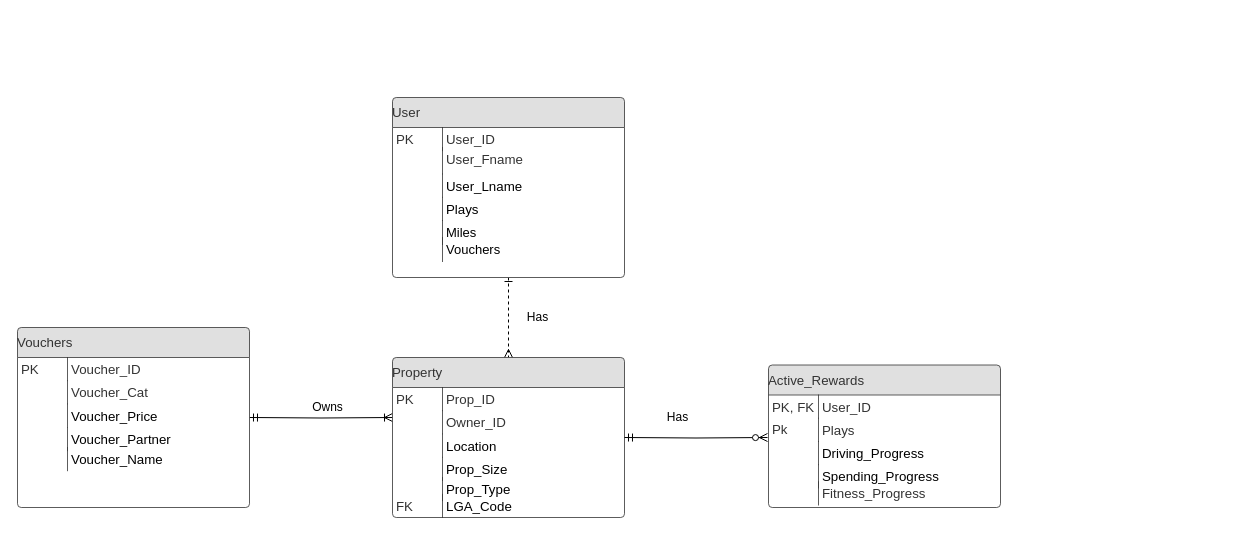
Earlier version of the draw.io diagram CMPG323proj1.drawio (TimonAugustyn/AccountSystem28585984). Source tidied: cells renumbered, new cells numbered last; positions are measured from the earlier drawing's top-left corner, leaving out a move shared by most shapes. Both pictures are drawn from the tidied source at 100%, with x=0, y=0 at pixel (17, 97).
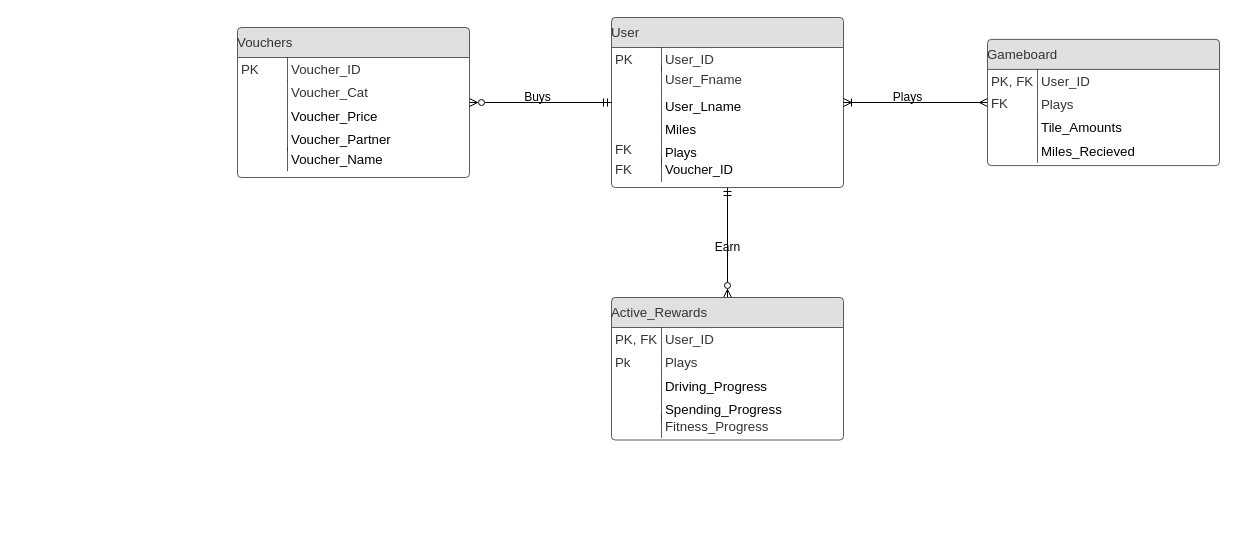
The same page after the edit.

Commit message:
Updated ERD but still just a basis

Removed old table from previous project and added table for gameboard

Change to the diagram source:
```diff
@@
-    <mxCell id="2" style="edgeStyle=orthogonalEdgeStyle;rounded=0;jettySize=auto;html=1;exitX=0.5;exitY=1;exitDx=0;exitDy=0;entryX=0.5;entryY=0;entryDx=0;entryDy=0;startArrow=ERone;startFill=0;endArrow=ERmany;endFill=0;dashed=1;" parent="1" edge="1" source="3" target="16">
-      <mxGeometry relative="1" as="geometry" />
-    </mxCell>
+    <mxCell id="46" style="edgeStyle=orthogonalEdgeStyle;rounded=0;jettySize=auto;html=1;entryX=0.5;entryY=0;entryDx=0;entryDy=0;startArrow=ERmandOne;startFill=0;endArrow=ERzeroToMany;endFill=0;" parent="1" edge="1" source="3" target="35">
+      <mxGeometry relative="1" as="geometry" />
+    </mxCell>
     <mxCell id="3" value="User" style="html=1;overflow=block;blockSpacing=1;whiteSpace=wrap;swimlane;fontStyle=0;swimlaneFillColor=#ffffff;startSize=30;whiteSpace=wrap;fontSize=13.3;fontColor=#333333;align=left;fillColor=#e0e0e0;whiteSpace=wrap;spacing=0;strokeColor=#333333;strokeOpacity=100;fillOpacity=100;rounded=1;absoluteArcSize=1;arcSize=7.5;strokeWidth=0.8;" parent="1" vertex="1">
-      <mxGeometry x="375" width="232" height="180" as="geometry" />
+      <mxGeometry x="594" y="-80" width="232" height="170" as="geometry" />
     </mxCell>
@@
-    <mxCell id="6" style="strokeColor=none;align=left;verticalAlign=top;spacingLeft=4;spacingRight=4;overflow=hidden;whiteSpace=wrap;swimlaneFillColor=#ffffff;whiteSpace=wrap;fontSize=13;fillColor=none;strokeOpacity=100;fillOpacity=100;whiteSpace=wrap;spacing=0;rounded=1;absoluteArcSize=1;arcSize=7.5;strokeWidth=0.8;" parent="3" vertex="1">
-      <mxGeometry y="53.2" width="54.2" height="23.2" as="geometry" />
-    </mxCell>
@@
-    <mxCell id="8" style="strokeColor=none;align=left;verticalAlign=top;spacingLeft=4;spacingRight=4;overflow=hidden;whiteSpace=wrap;swimlaneFillColor=#ffffff;whiteSpace=wrap;fontSize=13;fillColor=none;strokeOpacity=100;fillOpacity=100;whiteSpace=wrap;spacing=0;rounded=1;absoluteArcSize=1;arcSize=7.5;strokeWidth=0.8;" parent="3" vertex="1">
-      <mxGeometry y="76.5" width="54.2" height="23.2" as="geometry" />
-    </mxCell>
@@
-    <mxCell id="10" style="strokeColor=none;align=left;verticalAlign=top;spacingLeft=4;spacingRight=4;overflow=hidden;whiteSpace=wrap;swimlaneFillColor=#ffffff;whiteSpace=wrap;fontSize=13;fillColor=none;strokeOpacity=100;fillOpacity=100;whiteSpace=wrap;spacing=0;rounded=1;absoluteArcSize=1;arcSize=7.5;strokeWidth=0.8;" parent="3" vertex="1">
-      <mxGeometry y="99.8" width="54.2" height="23.2" as="geometry" />
-    </mxCell>
-    <mxCell id="11" value="Plays" style="shape=partialRectangle;top=0;right=0;bottom=0;align=left;verticalAlign=top;spacingLeft=4;spacingRight=4;overflow=hidden;whiteSpace=wrap;swimlaneFillColor=#ffffff;whiteSpace=wrap;fontSize=13.3;fillColor=none;strokeOpacity=100;fillOpacity=100;whiteSpace=wrap;spacing=0;strokeColor=#333333;rounded=1;absoluteArcSize=1;arcSize=7.5;strokeWidth=0.8;" parent="3" vertex="1">
+    <mxCell id="11" value="Miles" style="shape=partialRectangle;top=0;right=0;bottom=0;align=left;verticalAlign=top;spacingLeft=4;spacingRight=4;overflow=hidden;whiteSpace=wrap;swimlaneFillColor=#ffffff;whiteSpace=wrap;fontSize=13.3;fillColor=none;strokeOpacity=100;fillOpacity=100;whiteSpace=wrap;spacing=0;strokeColor=#333333;rounded=1;absoluteArcSize=1;arcSize=7.5;strokeWidth=0.8;" parent="3" vertex="1">
       <mxGeometry x="50" y="99.8" width="160" height="23.2" as="geometry" />
     </mxCell>
@@
-    <mxCell id="13" value="Miles" style="shape=partialRectangle;top=0;right=0;bottom=0;align=left;verticalAlign=top;spacingLeft=4;spacingRight=4;overflow=hidden;whiteSpace=wrap;swimlaneFillColor=#ffffff;whiteSpace=wrap;fontSize=13;fillColor=none;strokeOpacity=100;fillOpacity=100;whiteSpace=wrap;spacing=0;strokeColor=#333333;rounded=1;absoluteArcSize=1;arcSize=7.5;strokeWidth=0.8;" parent="3" vertex="1">
+    <mxCell id="13" value="Plays" style="shape=partialRectangle;top=0;right=0;bottom=0;align=left;verticalAlign=top;spacingLeft=4;spacingRight=4;overflow=hidden;whiteSpace=wrap;swimlaneFillColor=#ffffff;whiteSpace=wrap;fontSize=13;fillColor=none;strokeOpacity=100;fillOpacity=100;whiteSpace=wrap;spacing=0;strokeColor=#333333;rounded=1;absoluteArcSize=1;arcSize=7.5;strokeWidth=0.8;" parent="3" vertex="1">
       <mxGeometry x="50" y="123" width="160" height="24" as="geometry" />
     </mxCell>
-    <mxCell id="14" value="Vouchers" style="shape=partialRectangle;top=0;right=0;bottom=0;align=left;verticalAlign=top;spacingLeft=4;spacingRight=4;overflow=hidden;whiteSpace=wrap;swimlaneFillColor=#ffffff;whiteSpace=wrap;fontSize=13;fillColor=none;strokeOpacity=100;fillOpacity=100;whiteSpace=wrap;spacing=0;strokeColor=#333333;rounded=1;absoluteArcSize=1;arcSize=7.5;strokeWidth=0.8;" parent="3" vertex="1">
+    <mxCell id="14" value="Voucher_ID" style="shape=partialRectangle;top=0;right=0;bottom=0;align=left;verticalAlign=top;spacingLeft=4;spacingRight=4;overflow=hidden;whiteSpace=wrap;swimlaneFillColor=#ffffff;whiteSpace=wrap;fontSize=13;fillColor=none;strokeOpacity=100;fillOpacity=100;whiteSpace=wrap;spacing=0;strokeColor=#333333;rounded=1;absoluteArcSize=1;arcSize=7.5;strokeWidth=0.8;" parent="3" vertex="1">
       <mxGeometry x="50" y="140" width="160.8" height="24" as="geometry" />
     </mxCell>
-    <mxCell id="15" style="edgeStyle=orthogonalEdgeStyle;rounded=0;jettySize=auto;html=1;entryX=1;entryY=0.5;entryDx=0;entryDy=0;startArrow=ERoneToMany;startFill=0;endArrow=ERmandOne;endFill=0;" parent="1" edge="1" target="25">
-      <mxGeometry relative="1" as="geometry">
-        <mxPoint x="375" y="320" as="sourcePoint" />
-      </mxGeometry>
-    </mxCell>
-    <mxCell id="16" value="Property" style="html=1;overflow=block;blockSpacing=1;whiteSpace=wrap;swimlane;fontStyle=0;swimlaneFillColor=#ffffff;startSize=30;whiteSpace=wrap;fontSize=13.3;fontColor=#333333;align=left;fillColor=#e0e0e0;whiteSpace=wrap;spacing=0;strokeColor=#333333;strokeOpacity=100;fillOpacity=100;rounded=1;absoluteArcSize=1;arcSize=7.5;strokeWidth=0.8;" parent="1" vertex="1">
-      <mxGeometry x="375" y="260" width="232" height="160" as="geometry" />
-    </mxCell>
-    <mxCell id="17" value="PK" style="strokeColor=none;align=left;verticalAlign=top;spacingLeft=4;spacingRight=4;overflow=hidden;whiteSpace=wrap;swimlaneFillColor=#ffffff;whiteSpace=wrap;fontSize=13.3;fontColor=#333333;fillColor=none;strokeOpacity=100;fillOpacity=100;whiteSpace=wrap;spacing=0;rounded=1;absoluteArcSize=1;arcSize=7.5;strokeWidth=0.8;" parent="16" vertex="1">
-      <mxGeometry y="30" width="54.2" height="23.2" as="geometry" />
-    </mxCell>
-    <mxCell id="18" value="Prop_ID" style="shape=partialRectangle;top=0;right=0;bottom=0;align=left;verticalAlign=top;spacingLeft=4;spacingRight=4;overflow=hidden;whiteSpace=wrap;swimlaneFillColor=#ffffff;whiteSpace=wrap;fontSize=13.3;fontColor=#333333;fillColor=none;strokeOpacity=100;fillOpacity=100;whiteSpace=wrap;spacing=0;strokeColor=#333333;rounded=1;absoluteArcSize=1;arcSize=7.5;strokeWidth=0.8;" parent="16" vertex="1">
-      <mxGeometry x="50" y="30" width="160" height="23.2" as="geometry" />
-    </mxCell>
-    <mxCell id="19" value="Owner_ID" style="shape=partialRectangle;top=0;right=0;bottom=0;align=left;verticalAlign=top;spacingLeft=4;spacingRight=4;overflow=hidden;whiteSpace=wrap;swimlaneFillColor=#ffffff;whiteSpace=wrap;fontSize=13.3;fontColor=#333333;fillColor=none;strokeOpacity=100;fillOpacity=100;whiteSpace=wrap;spacing=0;strokeColor=#333333;rounded=1;absoluteArcSize=1;arcSize=7.5;strokeWidth=0.8;" parent="16" vertex="1">
-      <mxGeometry x="50" y="53.2" width="160" height="23.2" as="geometry" />
-    </mxCell>
-    <mxCell id="20" value="Location" style="shape=partialRectangle;top=0;right=0;bottom=0;align=left;verticalAlign=top;spacingLeft=4;spacingRight=4;overflow=hidden;whiteSpace=wrap;swimlaneFillColor=#ffffff;whiteSpace=wrap;fontSize=13.3;fillColor=none;strokeOpacity=100;fillOpacity=100;whiteSpace=wrap;spacing=0;strokeColor=#333333;rounded=1;absoluteArcSize=1;arcSize=7.5;strokeWidth=0.8;" parent="16" vertex="1">
-      <mxGeometry x="50" y="76.5" width="160" height="23.2" as="geometry" />
-    </mxCell>
-    <mxCell id="21" value="Prop_Size" style="shape=partialRectangle;top=0;right=0;bottom=0;align=left;verticalAlign=top;spacingLeft=4;spacingRight=4;overflow=hidden;whiteSpace=wrap;swimlaneFillColor=#ffffff;whiteSpace=wrap;fontSize=13.3;fillColor=none;strokeOpacity=100;fillOpacity=100;whiteSpace=wrap;spacing=0;strokeColor=#333333;rounded=1;absoluteArcSize=1;arcSize=7.5;strokeWidth=0.8;" parent="16" vertex="1">
-      <mxGeometry x="50" y="99.8" width="160" height="23.2" as="geometry" />
-    </mxCell>
-    <mxCell id="22" value="Prop_Type" style="shape=partialRectangle;top=0;right=0;bottom=0;align=left;verticalAlign=top;spacingLeft=4;spacingRight=4;overflow=hidden;whiteSpace=wrap;swimlaneFillColor=#ffffff;whiteSpace=wrap;fontSize=13.3;fillColor=none;strokeOpacity=100;fillOpacity=100;whiteSpace=wrap;spacing=0;strokeColor=#333333;rounded=1;absoluteArcSize=1;arcSize=7.5;strokeWidth=0.8;" parent="16" vertex="1">
-      <mxGeometry x="50" y="120" width="160.8" height="23.2" as="geometry" />
-    </mxCell>
-    <mxCell id="23" value="LGA_Code" style="shape=partialRectangle;top=0;right=0;bottom=0;align=left;verticalAlign=top;spacingLeft=4;spacingRight=4;overflow=hidden;whiteSpace=wrap;swimlaneFillColor=#ffffff;whiteSpace=wrap;fontSize=13.3;fillColor=none;strokeOpacity=100;fillOpacity=100;whiteSpace=wrap;spacing=0;strokeColor=#333333;rounded=1;absoluteArcSize=1;arcSize=7.5;strokeWidth=0.8;" parent="16" vertex="1">
-      <mxGeometry x="50" y="136.8" width="165.8" height="23.2" as="geometry" />
-    </mxCell>
-    <mxCell id="24" value="FK" style="strokeColor=none;align=left;verticalAlign=top;spacingLeft=4;spacingRight=4;overflow=hidden;whiteSpace=wrap;swimlaneFillColor=#ffffff;whiteSpace=wrap;fontSize=13.3;fontColor=#333333;fillColor=none;strokeOpacity=100;fillOpacity=100;whiteSpace=wrap;spacing=0;rounded=1;absoluteArcSize=1;arcSize=7.5;strokeWidth=0.8;" parent="16" vertex="1">
-      <mxGeometry y="136.8" width="54.2" height="23.2" as="geometry" />
-    </mxCell>
+    <mxCell id="47" value="FK" style="strokeColor=none;align=left;verticalAlign=top;spacingLeft=4;spacingRight=4;overflow=hidden;whiteSpace=wrap;swimlaneFillColor=#ffffff;whiteSpace=wrap;fontSize=13.3;fontColor=#333333;fillColor=none;strokeOpacity=100;fillOpacity=100;whiteSpace=wrap;spacing=0;rounded=1;absoluteArcSize=1;arcSize=7.5;strokeWidth=0.8;" parent="3" vertex="1">
+      <mxGeometry y="120" width="54.2" height="23.2" as="geometry" />
+    </mxCell>
+    <mxCell id="48" value="FK" style="strokeColor=none;align=left;verticalAlign=top;spacingLeft=4;spacingRight=4;overflow=hidden;whiteSpace=wrap;swimlaneFillColor=#ffffff;whiteSpace=wrap;fontSize=13.3;fontColor=#333333;fillColor=none;strokeOpacity=100;fillOpacity=100;whiteSpace=wrap;spacing=0;rounded=1;absoluteArcSize=1;arcSize=7.5;strokeWidth=0.8;" parent="3" vertex="1">
+      <mxGeometry y="140" width="54.2" height="23.2" as="geometry" />
+    </mxCell>
     <mxCell id="25" value="Vouchers" style="html=1;overflow=block;blockSpacing=1;whiteSpace=wrap;swimlane;fontStyle=0;swimlaneFillColor=#ffffff;startSize=30;whiteSpace=wrap;fontSize=13.3;fontColor=#333333;align=left;fillColor=#e0e0e0;whiteSpace=wrap;spacing=0;strokeColor=#333333;strokeOpacity=100;fillOpacity=100;rounded=1;absoluteArcSize=1;arcSize=7.5;strokeWidth=0.8;" parent="1" vertex="1">
-      <mxGeometry y="230" width="232" height="180" as="geometry" />
+      <mxGeometry x="220" y="-70" width="232" height="150" as="geometry" />
     </mxCell>
@@
-    <mxCell id="28" style="strokeColor=none;align=left;verticalAlign=top;spacingLeft=4;spacingRight=4;overflow=hidden;whiteSpace=wrap;swimlaneFillColor=#ffffff;whiteSpace=wrap;fontSize=13;fillColor=none;strokeOpacity=100;fillOpacity=100;whiteSpace=wrap;spacing=0;rounded=1;absoluteArcSize=1;arcSize=7.5;strokeWidth=0.8;" parent="25" vertex="1">
-      <mxGeometry y="53.2" width="54.2" height="23.2" as="geometry" />
-    </mxCell>
@@
-    <mxCell id="30" style="strokeColor=none;align=left;verticalAlign=top;spacingLeft=4;spacingRight=4;overflow=hidden;whiteSpace=wrap;swimlaneFillColor=#ffffff;whiteSpace=wrap;fontSize=13;fillColor=none;strokeOpacity=100;fillOpacity=100;whiteSpace=wrap;spacing=0;rounded=1;absoluteArcSize=1;arcSize=7.5;strokeWidth=0.8;" parent="25" vertex="1">
-      <mxGeometry y="76.5" width="54.2" height="23.2" as="geometry" />
-    </mxCell>
@@
-    <mxCell id="34" style="edgeStyle=orthogonalEdgeStyle;rounded=0;jettySize=auto;html=1;entryX=1;entryY=0.5;entryDx=0;entryDy=0;startArrow=ERzeroToMany;startFill=1;endArrow=ERmandOne;endFill=0;" parent="1" edge="1" target="16">
-      <mxGeometry relative="1" as="geometry">
-        <mxPoint x="750" y="340" as="sourcePoint" />
-      </mxGeometry>
-    </mxCell>
     <mxCell id="35" value="Active_Rewards" style="html=1;overflow=block;blockSpacing=1;whiteSpace=wrap;swimlane;fontStyle=0;swimlaneFillColor=#ffffff;startSize=30;whiteSpace=wrap;fontSize=13.3;fontColor=#333333;align=left;fillColor=#e0e0e0;whiteSpace=wrap;spacing=0;strokeColor=#333333;strokeOpacity=100;fillOpacity=100;rounded=1;absoluteArcSize=1;arcSize=7.5;strokeWidth=0.8;" parent="1" vertex="1">
-      <mxGeometry x="751" y="267.5" width="232" height="142.5" as="geometry" />
+      <mxGeometry x="594" y="200" width="232" height="142.5" as="geometry" />
     </mxCell>
@@
-    <mxCell id="43" value="Owns" style="text;html=1;align=center;verticalAlign=middle;strokeColor=none;" parent="1" vertex="1">
-      <mxGeometry x="285" y="300" width="50" height="20" as="geometry" />
-    </mxCell>
-    <mxCell id="44" value="Has" style="text;html=1;align=center;verticalAlign=middle;strokeColor=none;" parent="1" vertex="1">
-      <mxGeometry x="640" y="310" width="40" height="20" as="geometry" />
-    </mxCell>
-    <mxCell id="45" value="Has" style="text;html=1;align=center;verticalAlign=middle;strokeColor=none;" parent="1" vertex="1">
-      <mxGeometry x="500" y="210" width="40" height="20" as="geometry" />
-    </mxCell>
+    <mxCell id="49" style="edgeStyle=orthogonalEdgeStyle;rounded=0;jettySize=auto;html=1;entryX=1;entryY=0.5;entryDx=0;entryDy=0;exitX=0;exitY=0.5;exitDx=0;exitDy=0;startArrow=ERmandOne;startFill=0;endArrow=ERzeroToMany;endFill=0;" parent="1" edge="1" source="3" target="25">
+      <mxGeometry relative="1" as="geometry" />
+    </mxCell>
+    <mxCell id="50" value="Earn" style="text;html=1;align=center;verticalAlign=middle;strokeColor=none;fillColor=none;" parent="1" vertex="1">
+      <mxGeometry x="690" y="140" width="40" height="20" as="geometry" />
+    </mxCell>
+    <mxCell id="51" value="Buys" style="text;html=1;align=center;verticalAlign=middle;strokeColor=none;fillColor=none;" parent="1" vertex="1">
+      <mxGeometry x="500" y="-10" width="40" height="20" as="geometry" />
+    </mxCell>
+    <mxCell id="52" style="edgeStyle=orthogonalEdgeStyle;rounded=0;jettySize=auto;html=1;entryX=1;entryY=0.5;entryDx=0;entryDy=0;startArrow=ERmany;startFill=0;endArrow=ERoneToMany;endFill=0;" parent="1" edge="1" source="53" target="3">
+      <mxGeometry relative="1" as="geometry" />
+    </mxCell>
+    <mxCell id="53" value="Gameboard" style="html=1;overflow=block;blockSpacing=1;whiteSpace=wrap;swimlane;fontStyle=0;swimlaneFillColor=#ffffff;startSize=30;whiteSpace=wrap;fontSize=13.3;fontColor=#333333;align=left;fillColor=#e0e0e0;whiteSpace=wrap;spacing=0;strokeColor=#333333;strokeOpacity=100;fillOpacity=100;rounded=1;absoluteArcSize=1;arcSize=7.5;strokeWidth=0.8;" parent="1" vertex="1">
+      <mxGeometry x="970" y="-58.1" width="232" height="126.2" as="geometry" />
+    </mxCell>
+    <mxCell id="54" value="PK, FK" style="strokeColor=none;align=left;verticalAlign=top;spacingLeft=4;spacingRight=4;overflow=hidden;whiteSpace=wrap;swimlaneFillColor=#ffffff;whiteSpace=wrap;fontSize=13.3;fontColor=#333333;fillColor=none;strokeOpacity=100;fillOpacity=100;whiteSpace=wrap;spacing=0;rounded=1;absoluteArcSize=1;arcSize=7.5;strokeWidth=0.8;" parent="53" vertex="1">
+      <mxGeometry y="30" width="54.2" height="23.2" as="geometry" />
+    </mxCell>
+    <mxCell id="55" value="User_ID" style="shape=partialRectangle;top=0;right=0;bottom=0;align=left;verticalAlign=top;spacingLeft=4;spacingRight=4;overflow=hidden;whiteSpace=wrap;swimlaneFillColor=#ffffff;whiteSpace=wrap;fontSize=13.3;fontColor=#333333;fillColor=none;strokeOpacity=100;fillOpacity=100;whiteSpace=wrap;spacing=0;strokeColor=#333333;rounded=1;absoluteArcSize=1;arcSize=7.5;strokeWidth=0.8;" parent="53" vertex="1">
+      <mxGeometry x="50" y="30" width="160" height="23.2" as="geometry" />
+    </mxCell>
+    <mxCell id="56" value="Plays" style="shape=partialRectangle;top=0;right=0;bottom=0;align=left;verticalAlign=top;spacingLeft=4;spacingRight=4;overflow=hidden;whiteSpace=wrap;swimlaneFillColor=#ffffff;whiteSpace=wrap;fontSize=13.3;fontColor=#333333;fillColor=none;strokeOpacity=100;fillOpacity=100;whiteSpace=wrap;spacing=0;strokeColor=#333333;rounded=1;absoluteArcSize=1;arcSize=7.5;strokeWidth=0.8;" parent="53" vertex="1">
+      <mxGeometry x="50" y="53.2" width="160" height="23.2" as="geometry" />
+    </mxCell>
+    <mxCell id="57" value="Tile_Amounts" style="shape=partialRectangle;top=0;right=0;bottom=0;align=left;verticalAlign=top;spacingLeft=4;spacingRight=4;overflow=hidden;whiteSpace=wrap;swimlaneFillColor=#ffffff;whiteSpace=wrap;fontSize=13.3;fillColor=none;strokeOpacity=100;fillOpacity=100;whiteSpace=wrap;spacing=0;strokeColor=#333333;rounded=1;absoluteArcSize=1;arcSize=7.5;strokeWidth=0.8;" parent="53" vertex="1">
+      <mxGeometry x="50" y="76.5" width="160" height="23.2" as="geometry" />
+    </mxCell>
+    <mxCell id="58" value="Miles_Recieved" style="shape=partialRectangle;top=0;right=0;bottom=0;align=left;verticalAlign=top;spacingLeft=4;spacingRight=4;overflow=hidden;whiteSpace=wrap;swimlaneFillColor=#ffffff;whiteSpace=wrap;fontSize=13.3;fillColor=none;strokeOpacity=100;fillOpacity=100;whiteSpace=wrap;spacing=0;strokeColor=#333333;rounded=1;absoluteArcSize=1;arcSize=7.5;strokeWidth=0.8;" parent="53" vertex="1">
+      <mxGeometry x="50" y="99.8" width="160" height="23.2" as="geometry" />
+    </mxCell>
+    <mxCell id="59" value="FK" style="strokeColor=none;align=left;verticalAlign=top;spacingLeft=4;spacingRight=4;overflow=hidden;whiteSpace=wrap;swimlaneFillColor=#ffffff;whiteSpace=wrap;fontSize=13.3;fontColor=#333333;fillColor=none;strokeOpacity=100;fillOpacity=100;whiteSpace=wrap;spacing=0;rounded=1;absoluteArcSize=1;arcSize=7.5;strokeWidth=0.8;" parent="53" vertex="1">
+      <mxGeometry y="52.5" width="54.2" height="23.2" as="geometry" />
+    </mxCell>
+    <mxCell id="60" value="Plays" style="text;html=1;align=center;verticalAlign=middle;strokeColor=none;fillColor=none;" parent="1" vertex="1">
+      <mxGeometry x="870" y="-10" width="40" height="20" as="geometry" />
+    </mxCell>
```
